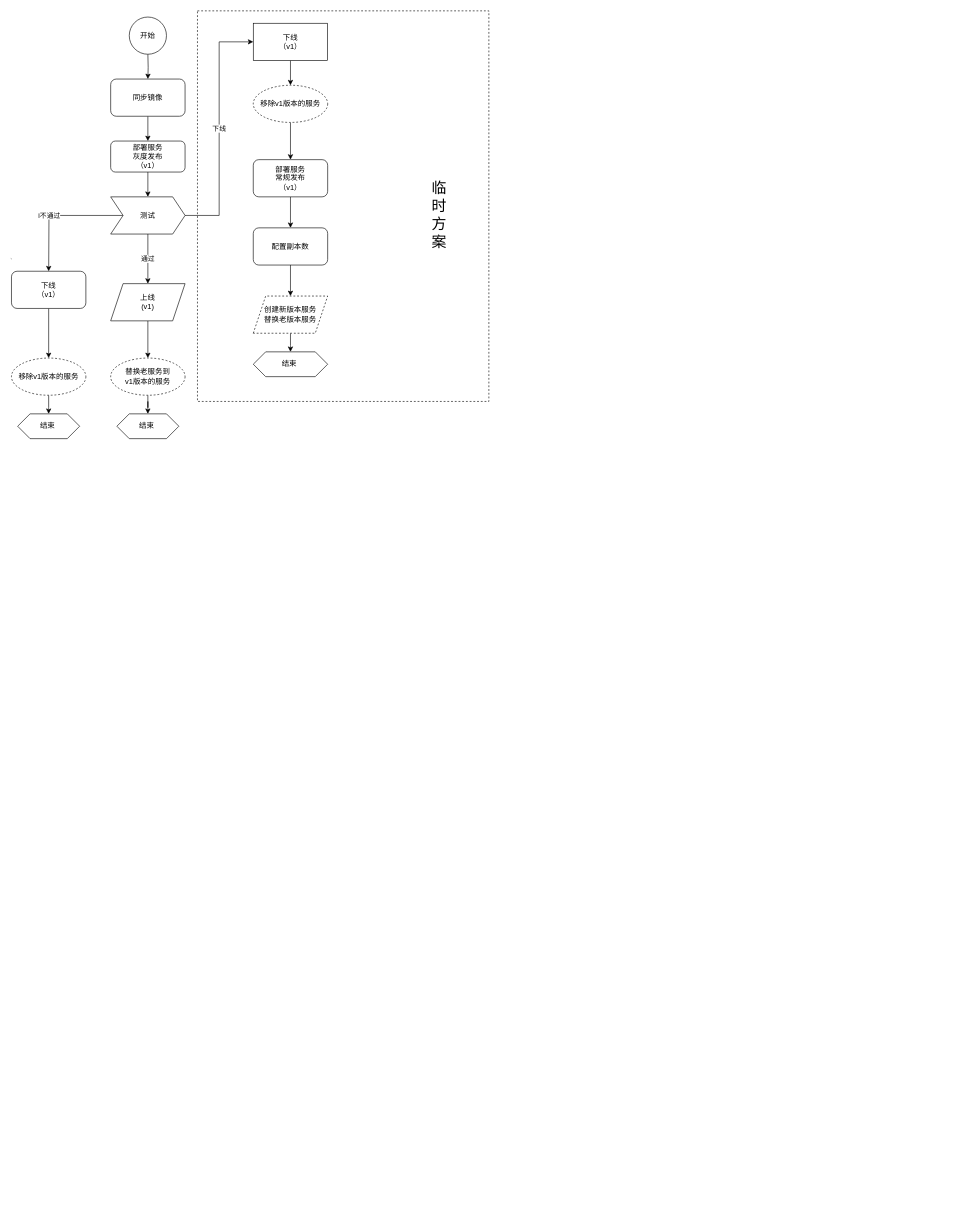
This is 未命名绘图.drawio from Snuger/draw, a draw.io file, before an edit. Source tidied: cells renumbered, new cells numbered last; positions are measured from the earlier drawing's top-left corner, leaving out a move shared by most shapes. Both pictures are drawn from the tidied source at 62%, with x=0, y=0 at pixel (11, 11).
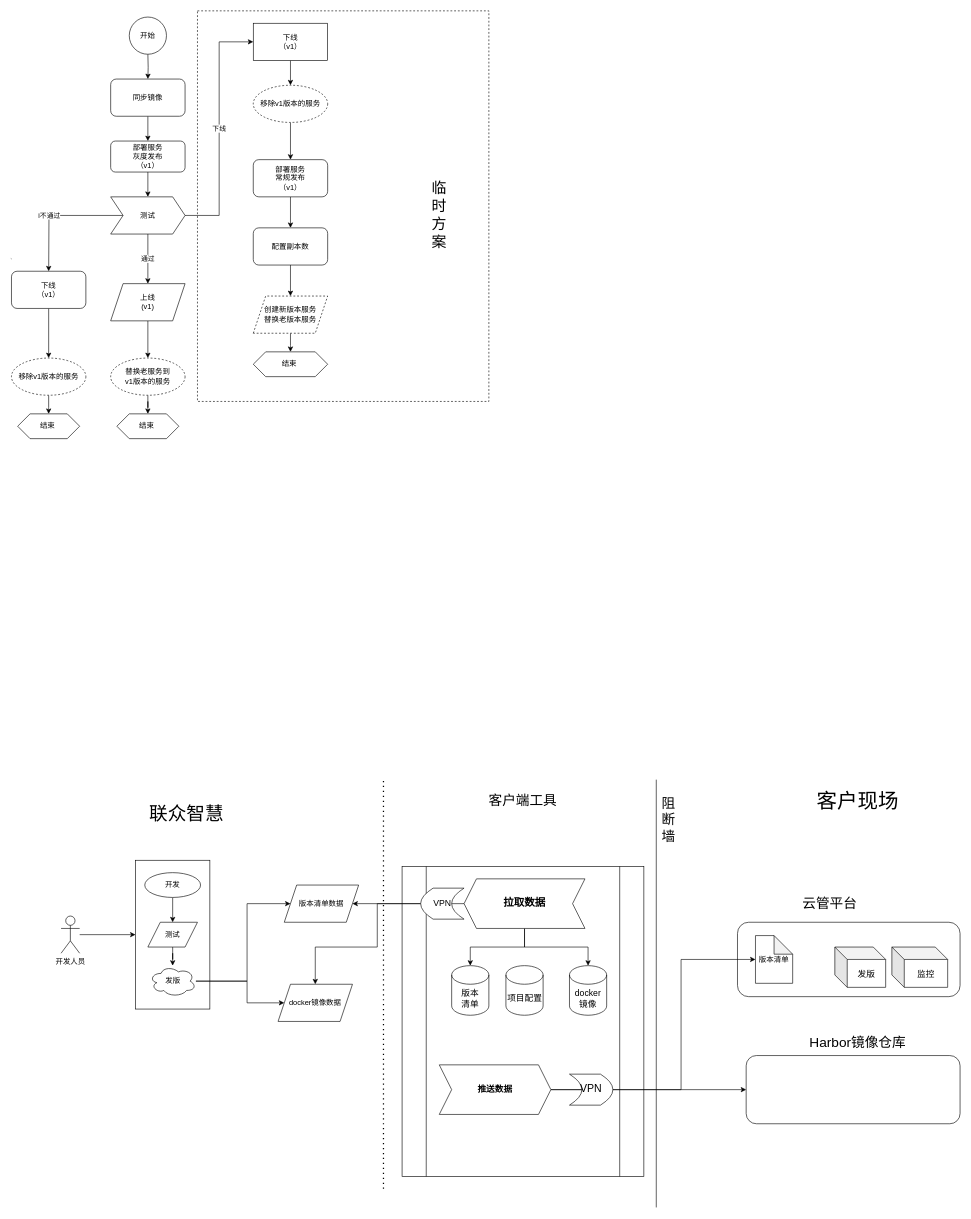
After the change.

Commit message:
更新未命名绘图.drawio

Diff of the diagram source:
```diff
@@
+    <mxCell id="36" style="rounded=1;whiteSpace=wrap;html=1;fontSize=33;" parent="1" vertex="1">
+      <mxGeometry x="1186" y="1685" width="345" height="110" as="geometry" />
+    </mxCell>
+    <mxCell id="37" style="rounded=1;whiteSpace=wrap;html=1;fontSize=33;" parent="1" vertex="1">
+      <mxGeometry x="1172" y="1470" width="359" height="120" as="geometry" />
+    </mxCell>
@@
+    <mxCell id="38" style="rounded=0;whiteSpace=wrap;html=1;" parent="1" vertex="1">
+      <mxGeometry x="201" y="1370" width="120" height="240" as="geometry" />
+    </mxCell>
+    <mxCell id="39" style="edgeStyle=orthogonalEdgeStyle;rounded=0;jettySize=auto;html=1;" parent="1" edge="1" source="40" target="38">
+      <mxGeometry relative="1" as="geometry" />
+    </mxCell>
+    <mxCell id="40" value="开发人员" style="shape=umlActor;verticalLabelPosition=bottom;verticalAlign=top;html=1;outlineConnect=0;" parent="1" vertex="1">
+      <mxGeometry x="81" y="1460" width="30" height="60" as="geometry" />
+    </mxCell>
+    <mxCell id="41" style="edgeStyle=orthogonalEdgeStyle;rounded=0;jettySize=auto;html=1;" parent="1" edge="1" source="42" target="44">
+      <mxGeometry relative="1" as="geometry" />
+    </mxCell>
+    <mxCell id="42" value="开发" style="ellipse;whiteSpace=wrap;html=1;" parent="1" vertex="1">
+      <mxGeometry x="216" y="1390" width="90" height="40" as="geometry" />
+    </mxCell>
+    <mxCell id="43" style="edgeStyle=orthogonalEdgeStyle;rounded=0;jettySize=auto;html=1;" parent="1" edge="1" source="44" target="47">
+      <mxGeometry relative="1" as="geometry" />
+    </mxCell>
+    <mxCell id="44" value="测试" style="shape=parallelogram;perimeter=parallelogramPerimeter;whiteSpace=wrap;html=1;fixedSize=1;" parent="1" vertex="1">
+      <mxGeometry x="221" y="1470" width="80" height="40" as="geometry" />
+    </mxCell>
+    <mxCell id="45" style="edgeStyle=orthogonalEdgeStyle;rounded=0;jettySize=auto;html=1;entryX=0;entryY=0.5;entryDx=0;entryDy=0;" parent="1" edge="1" source="47" target="48">
+      <mxGeometry relative="1" as="geometry">
+        <Array as="points">
+          <mxPoint x="381" y="1565" />
+          <mxPoint x="381" y="1440" />
+        </Array>
+      </mxGeometry>
+    </mxCell>
+    <mxCell id="46" style="edgeStyle=orthogonalEdgeStyle;rounded=0;jettySize=auto;html=1;entryX=0;entryY=0.5;entryDx=0;entryDy=0;" parent="1" edge="1" source="47" target="49">
+      <mxGeometry relative="1" as="geometry">
+        <Array as="points">
+          <mxPoint x="381" y="1565" />
+          <mxPoint x="381" y="1600" />
+        </Array>
+      </mxGeometry>
+    </mxCell>
+    <mxCell id="47" value="发版" style="ellipse;shape=cloud;whiteSpace=wrap;html=1;" parent="1" vertex="1">
+      <mxGeometry x="223.5" y="1540" width="75" height="50" as="geometry" />
+    </mxCell>
+    <mxCell id="48" value="版本清单数据" style="shape=parallelogram;perimeter=parallelogramPerimeter;whiteSpace=wrap;html=1;fixedSize=1;" parent="1" vertex="1">
+      <mxGeometry x="441" y="1410" width="120" height="60" as="geometry" />
+    </mxCell>
+    <mxCell id="49" value="docker镜像数据" style="shape=parallelogram;perimeter=parallelogramPerimeter;whiteSpace=wrap;html=1;fixedSize=1;" parent="1" vertex="1">
+      <mxGeometry x="431" y="1570" width="120" height="60" as="geometry" />
+    </mxCell>
+    <mxCell id="50" style="endArrow=none;dashed=1;html=1;dashPattern=1 3;strokeWidth=2;rounded=0;" parent="1" edge="1">
+      <mxGeometry relative="1" as="geometry">
+        <mxPoint x="601" y="1900" as="sourcePoint" />
+        <mxPoint x="601" y="1240" as="targetPoint" />
+      </mxGeometry>
+    </mxCell>
+    <mxCell id="51" value="联众智慧" style="text;html=1;strokeColor=none;fillColor=none;align=center;verticalAlign=middle;whiteSpace=wrap;rounded=0;fontSize=30;" parent="1" vertex="1">
+      <mxGeometry x="171" y="1280" width="225" height="30" as="geometry" />
+    </mxCell>
+    <mxCell id="52" style="endArrow=none;html=1;rounded=0;fontSize=30;" parent="1" edge="1">
+      <mxGeometry relative="1" as="geometry">
+        <mxPoint x="1041" y="1930" as="sourcePoint" />
+        <mxPoint x="1041" y="1240" as="targetPoint" />
+      </mxGeometry>
+    </mxCell>
+    <mxCell id="53" value="阻断墙" style="text;html=1;strokeColor=none;fillColor=none;align=center;verticalAlign=middle;whiteSpace=wrap;rounded=0;fontSize=22;" parent="1" vertex="1">
+      <mxGeometry x="1041" y="1260" width="40" height="90" as="geometry" />
+    </mxCell>
+    <mxCell id="54" style="shape=process;whiteSpace=wrap;html=1;backgroundOutline=1;fontSize=22;" parent="1" vertex="1">
+      <mxGeometry x="631" y="1380" width="390" height="500" as="geometry" />
+    </mxCell>
+    <mxCell id="55" value="客户端工具" style="text;html=1;strokeColor=none;fillColor=none;align=center;verticalAlign=middle;whiteSpace=wrap;rounded=0;fontSize=22;" parent="1" vertex="1">
+      <mxGeometry x="751" y="1260" width="150" height="30" as="geometry" />
+    </mxCell>
+    <mxCell id="56" value="docker&lt;br&gt;镜像" style="shape=cylinder3;whiteSpace=wrap;html=1;boundedLbl=1;backgroundOutline=1;size=15;fontSize=14;" parent="1" vertex="1">
+      <mxGeometry x="901" y="1540" width="60" height="80" as="geometry" />
+    </mxCell>
+    <mxCell id="57" value="版本&lt;br&gt;清单" style="shape=cylinder3;whiteSpace=wrap;html=1;boundedLbl=1;backgroundOutline=1;size=15;fontSize=14;" parent="1" vertex="1">
+      <mxGeometry x="711" y="1540" width="60" height="80" as="geometry" />
+    </mxCell>
+    <mxCell id="58" style="edgeStyle=orthogonalEdgeStyle;rounded=0;jettySize=auto;html=1;entryX=1;entryY=0.5;entryDx=0;entryDy=0;fontSize=14;" parent="1" edge="1" source="62" target="48">
+      <mxGeometry relative="1" as="geometry" />
+    </mxCell>
+    <mxCell id="59" style="edgeStyle=orthogonalEdgeStyle;rounded=0;jettySize=auto;html=1;fontSize=14;startArrow=none;" parent="1" edge="1" source="64" target="49">
+      <mxGeometry relative="1" as="geometry">
+        <Array as="points">
+          <mxPoint x="591" y="1440" />
+          <mxPoint x="591" y="1510" />
+          <mxPoint x="491" y="1510" />
+        </Array>
+      </mxGeometry>
+    </mxCell>
+    <mxCell id="60" style="edgeStyle=orthogonalEdgeStyle;rounded=0;jettySize=auto;html=1;fontSize=14;" parent="1" edge="1" source="62" target="57">
+      <mxGeometry relative="1" as="geometry" />
+    </mxCell>
+    <mxCell id="61" style="edgeStyle=orthogonalEdgeStyle;rounded=0;jettySize=auto;html=1;entryX=0.5;entryY=0;entryDx=0;entryDy=0;entryPerimeter=0;fontSize=14;" parent="1" edge="1" source="62" target="56">
+      <mxGeometry relative="1" as="geometry" />
+    </mxCell>
+    <mxCell id="62" style="shape=step;perimeter=stepPerimeter;whiteSpace=wrap;html=1;fixedSize=1;fontSize=14;rotation=-180;" parent="1" vertex="1">
+      <mxGeometry x="731" y="1400" width="195" height="80" as="geometry" />
+    </mxCell>
+    <mxCell id="63" value="拉取数据" style="text;html=1;strokeColor=none;fillColor=none;align=center;verticalAlign=middle;whiteSpace=wrap;rounded=0;fontSize=17;fontStyle=1;" parent="1" vertex="1">
+      <mxGeometry x="781" y="1425" width="95" height="30" as="geometry" />
+    </mxCell>
+    <mxCell id="64" value="VPN" style="shape=dataStorage;whiteSpace=wrap;html=1;fixedSize=1;fontSize=14;" parent="1" vertex="1">
+      <mxGeometry x="661" y="1415" width="70" height="50" as="geometry" />
+    </mxCell>
+    <mxCell id="65" value="项目配置" style="shape=cylinder3;whiteSpace=wrap;html=1;boundedLbl=1;backgroundOutline=1;size=15;fontSize=14;" parent="1" vertex="1">
+      <mxGeometry x="798.5" y="1540" width="60" height="80" as="geometry" />
+    </mxCell>
+    <mxCell id="66" style="edgeStyle=orthogonalEdgeStyle;rounded=0;jettySize=auto;html=1;entryX=0;entryY=0.5;entryDx=0;entryDy=0;fontSize=22;" parent="1" edge="1" source="68" target="36">
+      <mxGeometry relative="1" as="geometry" />
+    </mxCell>
+    <mxCell id="67" style="edgeStyle=orthogonalEdgeStyle;rounded=0;jettySize=auto;html=1;fontSize=22;entryX=0;entryY=0.5;entryDx=0;entryDy=0;entryPerimeter=0;" parent="1" edge="1" source="68" target="76">
+      <mxGeometry relative="1" as="geometry">
+        <Array as="points">
+          <mxPoint x="1081" y="1740" />
+          <mxPoint x="1081" y="1530" />
+        </Array>
+      </mxGeometry>
+    </mxCell>
+    <mxCell id="68" value="推送数据" style="shape=step;perimeter=stepPerimeter;whiteSpace=wrap;html=1;fixedSize=1;fontSize=14;rotation=0;fontStyle=1;" parent="1" vertex="1">
+      <mxGeometry x="691" y="1700" width="180" height="80" as="geometry" />
+    </mxCell>
+    <mxCell id="69" style="shape=dataStorage;whiteSpace=wrap;html=1;fixedSize=1;fontSize=14;rotation=-180;" parent="1" vertex="1">
+      <mxGeometry x="901" y="1715" width="70" height="50" as="geometry" />
+    </mxCell>
+    <mxCell id="70" value="VPN" style="text;html=1;strokeColor=none;fillColor=none;align=center;verticalAlign=middle;whiteSpace=wrap;rounded=0;fontSize=17;" parent="1" vertex="1">
+      <mxGeometry x="906" y="1725" width="60" height="30" as="geometry" />
+    </mxCell>
+    <mxCell id="71" value="客户现场" style="text;html=1;strokeColor=none;fillColor=none;align=center;verticalAlign=middle;whiteSpace=wrap;rounded=0;fontSize=33;fontStyle=0;" parent="1" vertex="1">
+      <mxGeometry x="1211" y="1260" width="310" height="30" as="geometry" />
+    </mxCell>
+    <mxCell id="72" value="云管平台" style="text;html=1;strokeColor=none;fillColor=none;align=center;verticalAlign=middle;whiteSpace=wrap;rounded=0;fontSize=22;fontStyle=0;" parent="1" vertex="1">
+      <mxGeometry x="1191" y="1425" width="260" height="30" as="geometry" />
+    </mxCell>
+    <mxCell id="73" value="Harbor镜像仓库" style="text;html=1;strokeColor=none;fillColor=none;align=center;verticalAlign=middle;whiteSpace=wrap;rounded=0;fontSize=22;fontStyle=0;" parent="1" vertex="1">
+      <mxGeometry x="1211" y="1650" width="310" height="30" as="geometry" />
+    </mxCell>
+    <mxCell id="74" value="发版" style="shape=cube;whiteSpace=wrap;html=1;boundedLbl=1;backgroundOutline=1;darkOpacity=0.05;darkOpacity2=0.1;fontSize=14;" parent="1" vertex="1">
+      <mxGeometry x="1329" y="1510" width="82" height="65" as="geometry" />
+    </mxCell>
+    <mxCell id="75" value="监控" style="shape=cube;whiteSpace=wrap;html=1;boundedLbl=1;backgroundOutline=1;darkOpacity=0.05;darkOpacity2=0.1;fontSize=14;" parent="1" vertex="1">
+      <mxGeometry x="1421" y="1510" width="90" height="65" as="geometry" />
+    </mxCell>
+    <mxCell id="76" value="版本清单" style="shape=note;whiteSpace=wrap;html=1;backgroundOutline=1;darkOpacity=0.05;fontSize=12;" parent="1" vertex="1">
+      <mxGeometry x="1201" y="1491.5" width="60" height="77" as="geometry" />
+    </mxCell>
```
